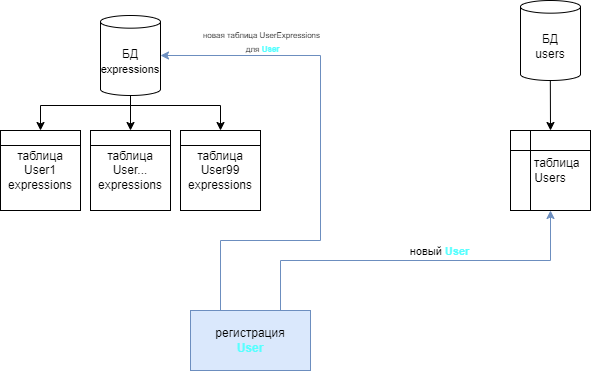
Before: dia.drawio.png, a diagram exported from draw.io (roma106/golang_yandex-final). Source tidied: cells renumbered, new cells last; positions are measured from the earlier drawing's top-left corner, leaving out a move shared by most shapes.
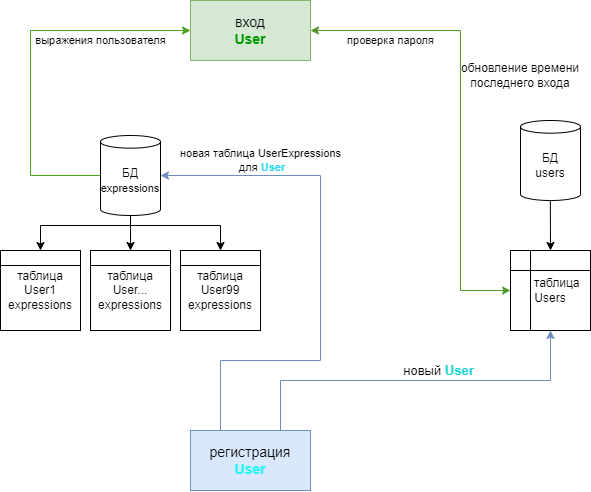
The same diagram one commit later.

Commit message:
dia upd

Change to the diagram source:
```diff
@@ -2,7 +2,7 @@
   <root>
     <mxCell id="0" />
     <mxCell id="1" parent="0" />
-    <mxCell id="2" value="регистрация&lt;br&gt;&lt;font color=&quot;#57ffff&quot;&gt;&lt;b&gt;User&lt;/b&gt;&lt;/font&gt;" style="rounded=0;whiteSpace=wrap;html=1;fillColor=#dae8fc;strokeColor=#6c8ebf;" parent="1" vertex="1">
+    <mxCell id="2" value="&lt;font style=&quot;font-size: 14px;&quot;&gt;регистрация&lt;br&gt;&lt;font color=&quot;#2af4f4&quot; style=&quot;font-size: 14px;&quot;&gt;&lt;b style=&quot;&quot;&gt;User&lt;/b&gt;&lt;/font&gt;&lt;/font&gt;" style="rounded=0;whiteSpace=wrap;html=1;fillColor=#dae8fc;strokeColor=#6c8ebf;" parent="1" vertex="1">
       <mxGeometry x="190" y="310" width="120" height="60" as="geometry" />
     </mxCell>
     <mxCell id="3" value="БД&lt;br&gt;users&lt;br&gt;" style="shape=cylinder3;whiteSpace=wrap;html=1;boundedLbl=1;backgroundOutline=1;size=6.3333333333332575;" parent="1" vertex="1">
@@ -58,7 +58,7 @@
         </Array>
       </mxGeometry>
     </mxCell>
-    <mxCell id="15" value="новый &lt;font color=&quot;#57ffff&quot;&gt;&lt;b&gt;User&lt;/b&gt;&lt;/font&gt;" style="edgeLabel;html=1;align=center;verticalAlign=middle;" parent="14" vertex="1">
+    <mxCell id="15" value="&lt;font style=&quot;font-size: 13px;&quot;&gt;новый &lt;font color=&quot;#1fd6d6&quot; style=&quot;font-size: 13px;&quot;&gt;&lt;b style=&quot;&quot;&gt;User&lt;/b&gt;&lt;/font&gt;&lt;/font&gt;" style="edgeLabel;html=1;align=center;verticalAlign=middle;" parent="14" vertex="1">
       <mxGeometry x="0.12" relative="1" as="geometry">
         <mxPoint y="-10" as="offset" />
       </mxGeometry>
@@ -72,10 +72,32 @@
         </Array>
       </mxGeometry>
     </mxCell>
-    <mxCell id="17" value="&lt;font style=&quot;font-size: 8px;&quot;&gt;новая таблица UserExpressions&lt;br&gt;&amp;nbsp;для &lt;font color=&quot;#57ffff&quot;&gt;&lt;b&gt;User&lt;/b&gt;&lt;/font&gt;&lt;/font&gt;" style="edgeLabel;html=1;align=center;verticalAlign=middle;" parent="16" vertex="1">
+    <mxCell id="17" value="&lt;font style=&quot;font-size: 11px;&quot;&gt;новая таблица UserExpressions&lt;br&gt;&amp;nbsp;для &lt;font color=&quot;#36d9f2&quot; style=&quot;font-size: 11px;&quot;&gt;&lt;b style=&quot;&quot;&gt;User&lt;/b&gt;&lt;/font&gt;&lt;/font&gt;" style="edgeLabel;html=1;align=center;verticalAlign=middle;" parent="16" vertex="1">
       <mxGeometry x="-0.3" relative="1" as="geometry">
         <mxPoint x="-60" y="-189" as="offset" />
       </mxGeometry>
     </mxCell>
+    <mxCell id="18" value="&lt;font style=&quot;font-size: 14px;&quot;&gt;вход&lt;br&gt;&lt;font color=&quot;#009900&quot; style=&quot;font-size: 14px;&quot;&gt;&lt;b style=&quot;&quot;&gt;User&lt;/b&gt;&lt;/font&gt;&lt;/font&gt;" style="rounded=0;whiteSpace=wrap;html=1;fillColor=#d5e8d4;strokeColor=#82b366;" parent="1" vertex="1">
+      <mxGeometry x="190" y="-120" width="120" height="60" as="geometry" />
+    </mxCell>
+    <mxCell id="19" value="проверка пароля" style="endArrow=classic;html=1;rounded=0;entryX=1;entryY=0.5;entryDx=0;entryDy=0;exitX=0;exitY=0.5;exitDx=0;exitDy=0;fillColor=#d5e8d4;strokeColor=#529929;startArrow=classic;startFill=1;" parent="1" edge="1" source="5" target="18">
+      <mxGeometry x="0.65" y="10" relative="1" as="geometry">
+        <Array as="points">
+          <mxPoint x="460" y="170" />
+          <mxPoint x="460" y="-90" />
+        </Array>
+      </mxGeometry>
+    </mxCell>
+    <mxCell id="20" value="обновление времени последнего входа" style="text;html=1;align=center;verticalAlign=middle;whiteSpace=wrap;rounded=0;" parent="1" vertex="1">
+      <mxGeometry x="460" y="-60" width="120" height="30" as="geometry" />
+    </mxCell>
+    <mxCell id="21" value="выражения пользователя" style="endArrow=classic;html=1;rounded=0;entryX=0;entryY=0.5;entryDx=0;entryDy=0;exitX=0;exitY=0.5;exitDx=0;exitDy=0;exitPerimeter=0;fillColor=#d5e8d4;strokeColor=#4ca21a;" parent="1" edge="1" source="6" target="18">
+      <mxGeometry x="0.52" y="-10" relative="1" as="geometry">
+        <Array as="points">
+          <mxPoint x="30" y="55" />
+          <mxPoint x="30" y="-90" />
+        </Array>
+      </mxGeometry>
+    </mxCell>
   </root>
 </mxGraphModel>
```
